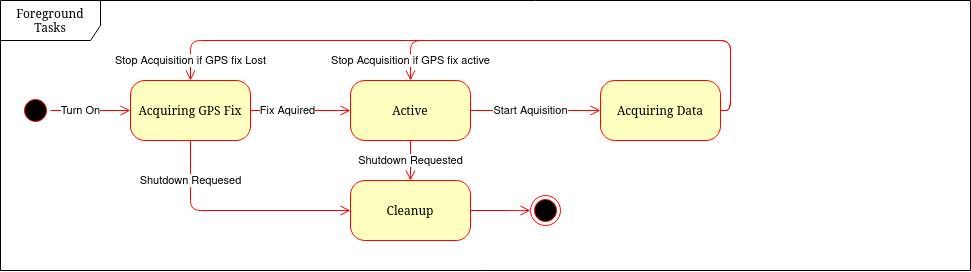
Before: Figures/DeviceUsageStateMachine.png, a diagram exported from draw.io (Lilypads/PollutionSensor). Source tidied: cells renumbered, new cells last; positions are measured from the earlier drawing's top-left corner, leaving out a move shared by most shapes.
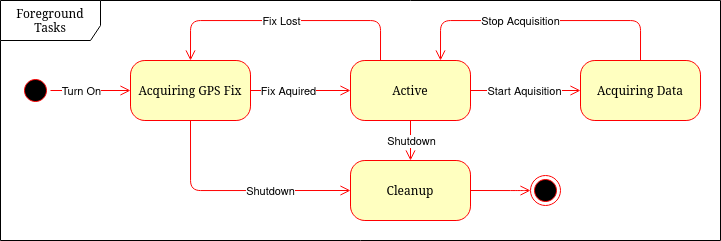
Above is the later version.

Commit message:
simplified statemachine Diagram

The edit, as a diff of the source:
```diff
@@ -3,7 +3,7 @@
     <mxCell id="0" />
     <mxCell id="1" parent="0" />
     <mxCell id="2" value="Foreground Tasks" style="shape=umlFrame;whiteSpace=wrap;html=1;rounded=1;shadow=0;comic=0;labelBackgroundColor=none;strokeWidth=1;fontFamily=Verdana;fontSize=12;align=center;width=100;height=40;" parent="1" vertex="1">
-      <mxGeometry width="970" height="270" as="geometry" />
+      <mxGeometry y="20" width="720" height="240" as="geometry" />
     </mxCell>
     <mxCell id="3" style="ellipse;html=1;shape=startState;fillColor=#000000;strokeColor=#ff0000;rounded=1;shadow=0;comic=0;labelBackgroundColor=none;fontFamily=Verdana;fontSize=12;fontColor=#000000;align=center;direction=south;" parent="1" vertex="1">
       <mxGeometry x="20" y="95" width="30" height="30" as="geometry" />
@@ -37,7 +37,7 @@
       </mxGeometry>
     </mxCell>
     <mxCell id="12" value="Acquiring Data" style="rounded=1;whiteSpace=wrap;html=1;arcSize=24;fillColor=#ffffc0;strokeColor=#ff0000;shadow=0;comic=0;labelBackgroundColor=none;fontFamily=Verdana;fontSize=12;fontColor=#000000;align=center;" parent="1" vertex="1">
-      <mxGeometry x="600" y="80" width="120" height="60" as="geometry" />
+      <mxGeometry x="580" y="80" width="120" height="60" as="geometry" />
     </mxCell>
     <mxCell id="13" style="edgeStyle=orthogonalEdgeStyle;html=1;exitX=1;exitY=0.5;entryX=0;entryY=0.5;labelBackgroundColor=none;endArrow=open;endSize=8;strokeColor=#ff0000;fontFamily=Verdana;fontSize=12;align=left;entryDx=0;entryDy=0;exitDx=0;exitDy=0;" parent="1" edge="1" source="9" target="12">
       <mxGeometry relative="1" as="geometry" />
@@ -47,18 +47,17 @@
         <mxPoint x="16" as="offset" />
       </mxGeometry>
     </mxCell>
-    <mxCell id="15" style="edgeStyle=orthogonalEdgeStyle;html=1;exitX=1;exitY=0.5;entryX=0.5;entryY=0;labelBackgroundColor=none;endArrow=open;endSize=8;strokeColor=#ff0000;fontFamily=Verdana;fontSize=12;align=left;entryDx=0;entryDy=0;exitDx=0;exitDy=0;" parent="1" edge="1" source="12" target="9">
+    <mxCell id="15" style="edgeStyle=orthogonalEdgeStyle;html=1;exitX=0.5;exitY=0;entryX=0.75;entryY=0;labelBackgroundColor=none;endArrow=open;endSize=8;strokeColor=#ff0000;fontFamily=Verdana;fontSize=12;align=left;entryDx=0;entryDy=0;exitDx=0;exitDy=0;" parent="1" edge="1" source="12" target="9">
       <mxGeometry relative="1" as="geometry">
         <Array as="points">
-          <mxPoint x="730" y="110" />
-          <mxPoint x="730" y="40" />
-          <mxPoint x="410" y="40" />
+          <mxPoint x="640" y="40" />
+          <mxPoint x="440" y="40" />
         </Array>
       </mxGeometry>
     </mxCell>
-    <mxCell id="16" value="Stop Acquisition if GPS fix active " style="edgeLabel;html=1;align=center;verticalAlign=middle;" parent="15" vertex="1">
+    <mxCell id="16" value="Stop Acquisition  " style="edgeLabel;html=1;align=center;verticalAlign=middle;" parent="15" vertex="1">
       <mxGeometry x="-0.32" relative="1" as="geometry">
-        <mxPoint x="-251" y="20" as="offset" />
+        <mxPoint x="-65" as="offset" />
       </mxGeometry>
     </mxCell>
     <mxCell id="17" style="edgeStyle=orthogonalEdgeStyle;html=1;exitX=0.5;exitY=1;entryX=0;entryY=0.5;labelBackgroundColor=none;endArrow=open;endSize=8;strokeColor=#ff0000;fontFamily=Verdana;fontSize=12;align=left;entryDx=0;entryDy=0;exitDx=0;exitDy=0;" parent="1" edge="1" source="4" target="5">
@@ -68,9 +67,9 @@
         </Array>
       </mxGeometry>
     </mxCell>
-    <mxCell id="18" value="Shutdown Requesed" style="edgeLabel;html=1;align=center;verticalAlign=middle;" parent="17" vertex="1">
+    <mxCell id="18" value="Shutdown" style="edgeLabel;html=1;align=center;verticalAlign=middle;" parent="17" vertex="1">
       <mxGeometry x="-0.32" relative="1" as="geometry">
-        <mxPoint x="-8" y="-30" as="offset" />
+        <mxPoint x="72" as="offset" />
       </mxGeometry>
     </mxCell>
     <mxCell id="19" style="edgeStyle=orthogonalEdgeStyle;html=1;exitX=0.5;exitY=1;entryX=0.5;entryY=0;labelBackgroundColor=none;endArrow=open;endSize=8;strokeColor=#ff0000;fontFamily=Verdana;fontSize=12;align=left;entryDx=0;entryDy=0;exitDx=0;exitDy=0;" parent="1" edge="1" source="9" target="5">
@@ -84,24 +83,23 @@
         </Array>
       </mxGeometry>
     </mxCell>
-    <mxCell id="21" value="Shutdown Requested" style="edgeLabel;html=1;align=center;verticalAlign=middle;" parent="20" vertex="1">
+    <mxCell id="21" value="Shutdown " style="edgeLabel;html=1;align=center;verticalAlign=middle;" parent="20" vertex="1">
       <mxGeometry x="-0.32" relative="1" as="geometry">
         <mxPoint x="-80" y="-50" as="offset" />
       </mxGeometry>
     </mxCell>
-    <mxCell id="22" style="edgeStyle=orthogonalEdgeStyle;html=1;exitX=1;exitY=0.5;entryX=0.5;entryY=0;labelBackgroundColor=none;endArrow=open;endSize=8;strokeColor=#ff0000;fontFamily=Verdana;fontSize=12;align=left;entryDx=0;entryDy=0;exitDx=0;exitDy=0;" parent="1" edge="1" source="12" target="4">
-      <mxGeometry relative="1" as="geometry">
-        <Array as="points">
-          <mxPoint x="730" y="110" />
-          <mxPoint x="730" y="40" />
-          <mxPoint x="190" y="40" />
-        </Array>
-      </mxGeometry>
-    </mxCell>
-    <mxCell id="23" value="Stop Acquisition if GPS fix Lost " style="edgeLabel;html=1;align=center;verticalAlign=middle;" parent="22" vertex="1">
-      <mxGeometry x="-0.32" relative="1" as="geometry">
-        <mxPoint x="-397" y="20" as="offset" />
-      </mxGeometry>
-    </mxCell>
+    <mxCell id="24" style="edgeStyle=orthogonalEdgeStyle;html=1;labelBackgroundColor=none;endArrow=open;endSize=8;strokeColor=#ff0000;fontFamily=Verdana;fontSize=12;align=left;exitX=0.25;exitY=0;exitDx=0;exitDy=0;entryX=0.5;entryY=0;entryDx=0;entryDy=0;" parent="1" edge="1" source="9" target="4">
+      <mxGeometry relative="1" as="geometry">
+        <Array as="points">
+          <mxPoint x="380" y="40" />
+          <mxPoint x="190" y="40" />
+        </Array>
+      </mxGeometry>
+    </mxCell>
+    <mxCell id="25" value="Fix Lost" style="edgeLabel;html=1;align=center;verticalAlign=middle;" parent="24" vertex="1">
+      <mxGeometry x="-0.33" y="1" relative="1" as="geometry">
+        <mxPoint x="-49" y="-1" as="offset" />
+      </mxGeometry>
+    </mxCell>
   </root>
 </mxGraphModel>
```
